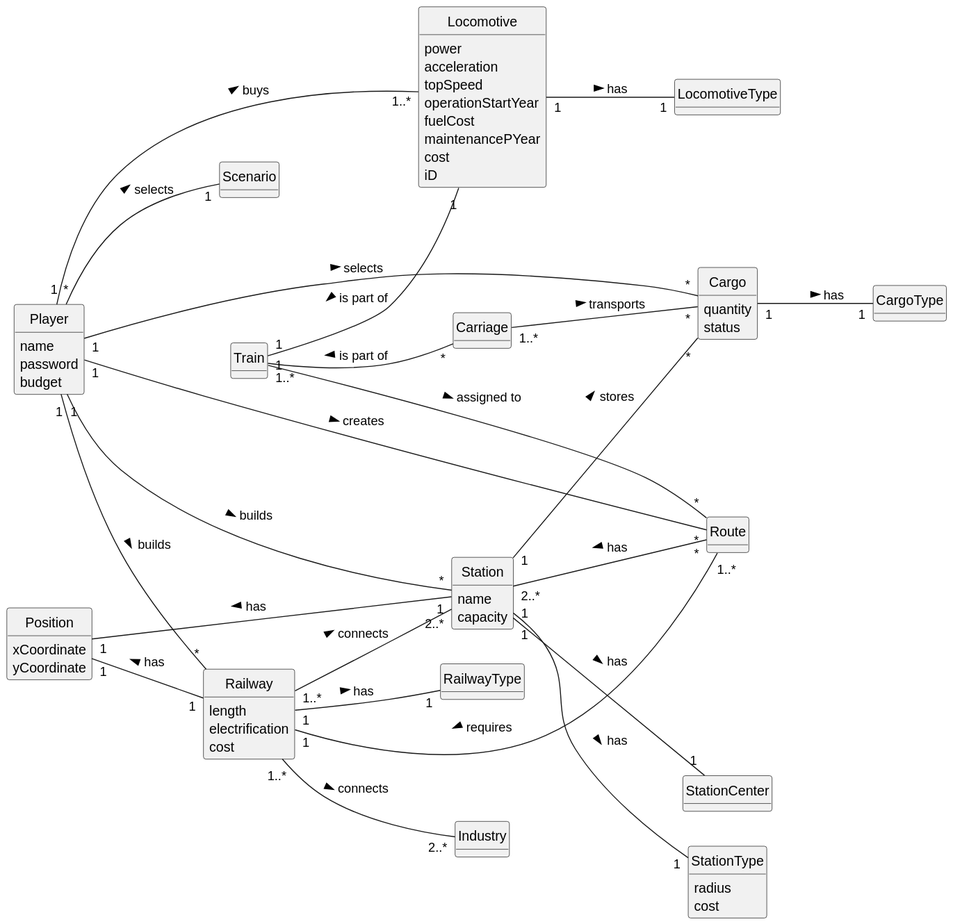
Above: Sprint2/US010/02.analysis/svg/US010-DM.svg in 1240935/pi2-railway-simulator (PlantUML), before the change.
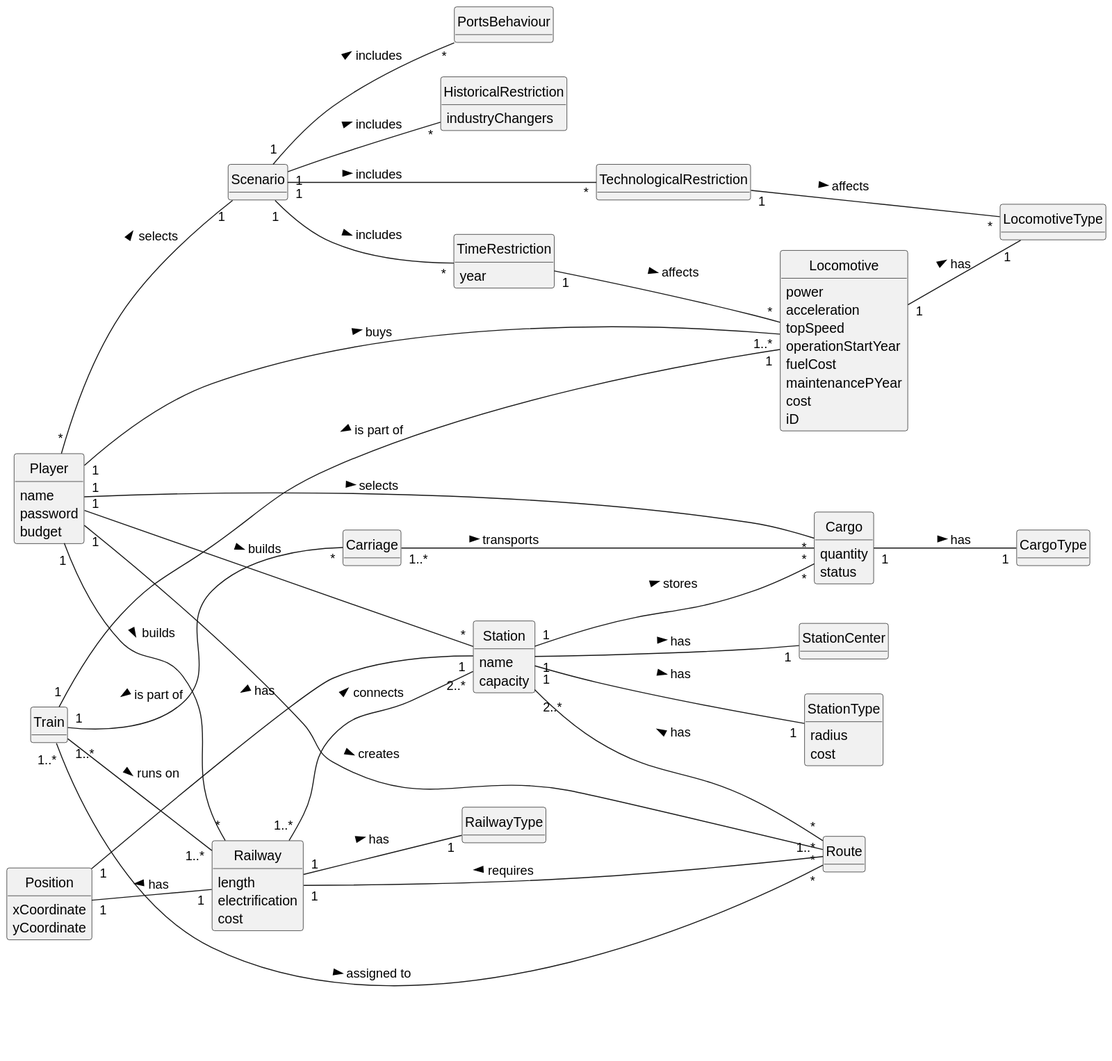
The same file after the commit.

Diff of the diagram source:
```diff
@@ -72,12 +72,34 @@
 class Carriage{
 }
 
+class HistoricalRestriction{
+    industryChangers
+}
+
+class TimeRestriction{
+    year
+}
+
+class TechnologicalRestriction{
+}
+
+class PortsBehaviour{
+}
+
 Player "*" -- "1" Scenario : selects >
 Player "1" -- "*" Station : builds >
 Player "1" -- "*" Route : creates >
 Player "1" -- "*" Railway : builds >
 Player "1" -- "*"  Cargo : selects >
 Player "1" -- "1..*" Locomotive : buys >
+
+Scenario "1" -- "*" HistoricalRestriction: includes >
+Scenario "1" -- "*" TechnologicalRestriction: includes >
+Scenario "1" -- "*" TimeRestriction: includes >
+Scenario "1" -- "*" PortsBehaviour: includes >
+
+TimeRestriction "1" -- "*" Locomotive: affects >
+TechnologicalRestriction "1" -- "*" LocomotiveType: affects >
 
 Position "1" -- "1" Station: has <
 Position "1" -- "1" Railway: has <
@@ -92,7 +114,6 @@
 Carriage "1..*" -- "*" Cargo: transports >
 
 Railway "1" -- "1..*" Route: requires <
-Railway "1..*" -- "2..*" Industry : connects >
 Railway "1..*" -- "2..*" Station : connects >
 Railway "1" -- "1" RailwayType: has >
 
@@ -101,4 +122,5 @@
 Train "1" -- "1" Locomotive: is part of <
 Train "1" -- "*" Carriage: is part of <
 Train "1..*" -- "*" Route : assigned to >
+Train "1..*" -- "1..*" Railway: runs on >
 @enduml
```
